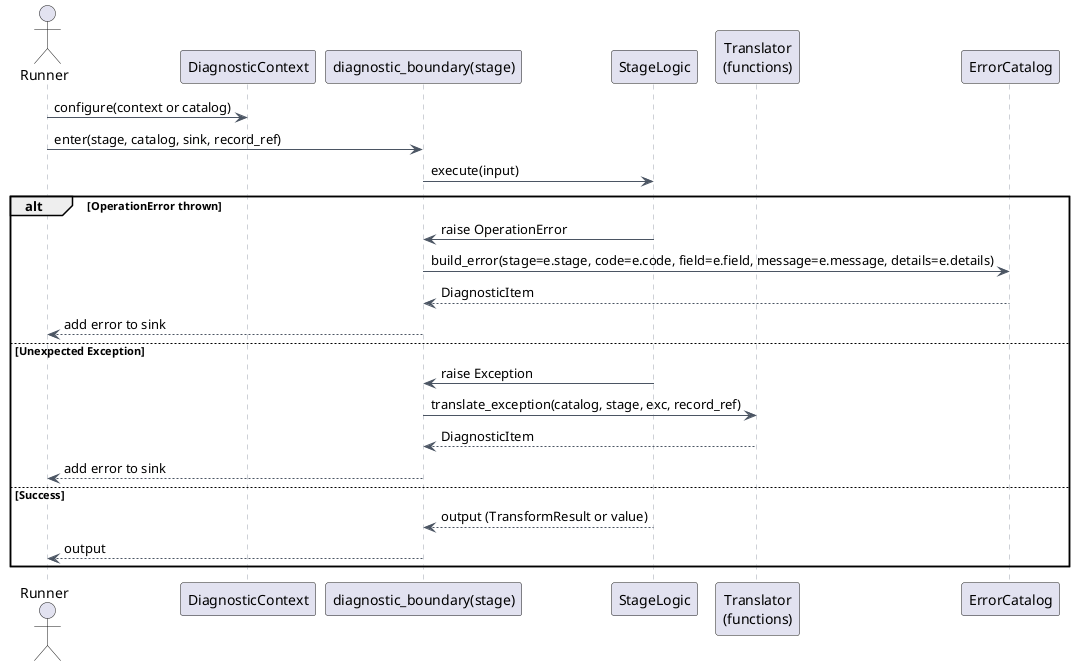
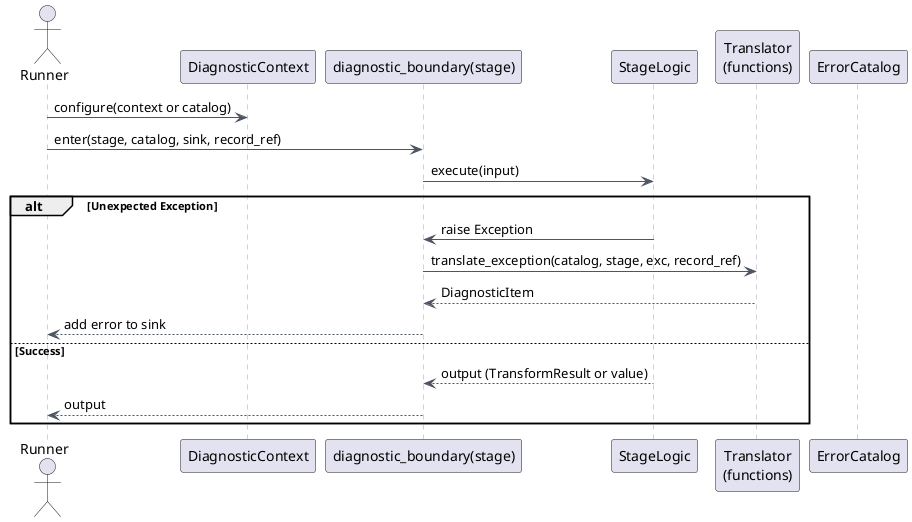
@startuml
skinparam backgroundColor white
skinparam linetype ortho
skinparam defaultFontName Arial
skinparam SequenceArrowColor #4b5563
skinparam SequenceLifeLineBorderColor #9ca3af
actor Runner as R
participant "DiagnosticContext" as Ctx
participant "diagnostic_boundary(stage)" as B
participant "StageLogic" as S
participant "Translator\n(functions)" as T
participant "ErrorCatalog" as Cat

R -> Ctx : configure(context or catalog)
R -> B : enter(stage, catalog, sink, record_ref)
B -> S : execute(input)

- alt OperationError thrown
-   S -> B : raise OperationError
-   B -> Cat : build_error(stage=e.stage, code=e.code, field=e.field, message=e.message, details=e.details)
-   Cat --> B : DiagnosticItem
-   B --> R : add error to sink
- else Unexpected Exception
+ alt Unexpected Exception
  S -> B : raise Exception
  B -> T : translate_exception(catalog, stage, exc, record_ref)
  T --> B : DiagnosticItem
  B --> R : add error to sink
else Success
  S --> B : output (TransformResult or value)
  B --> R : output
end
@enduml
